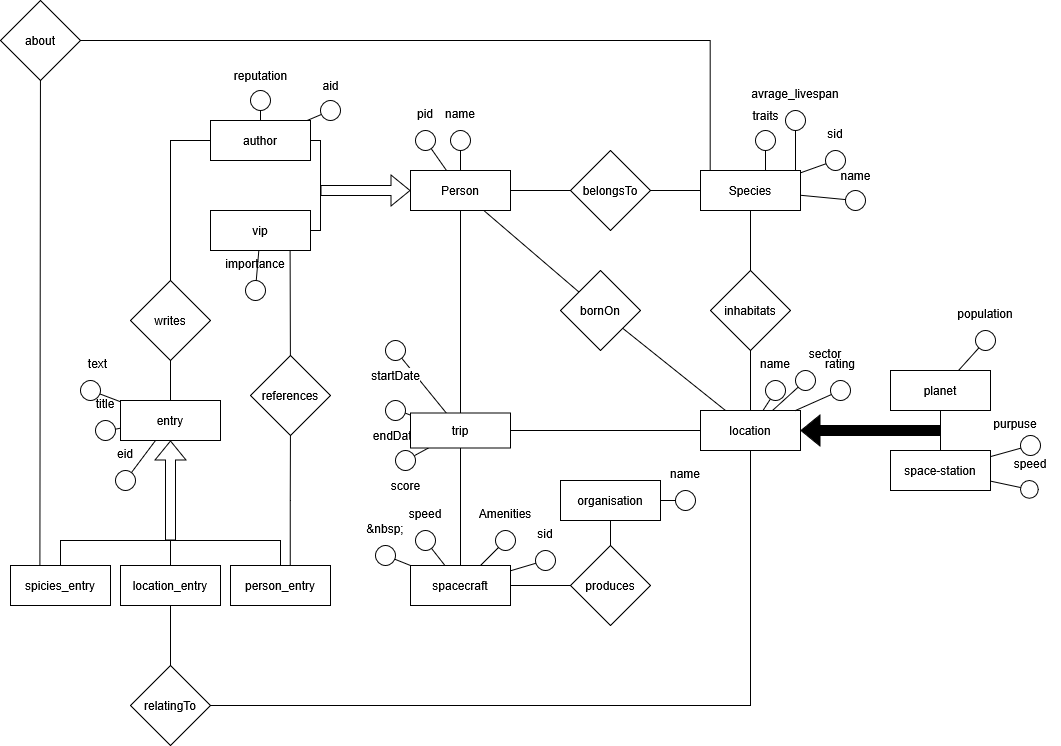
This is hhgttg-diagramm.drawio.png from MassimiIiano/hhgttg-db, a draw.io export, as it was before one commit. Source tidied: cells renumbered, new cells last; positions are measured from the earlier drawing's top-left corner, leaving out a move shared by most shapes.
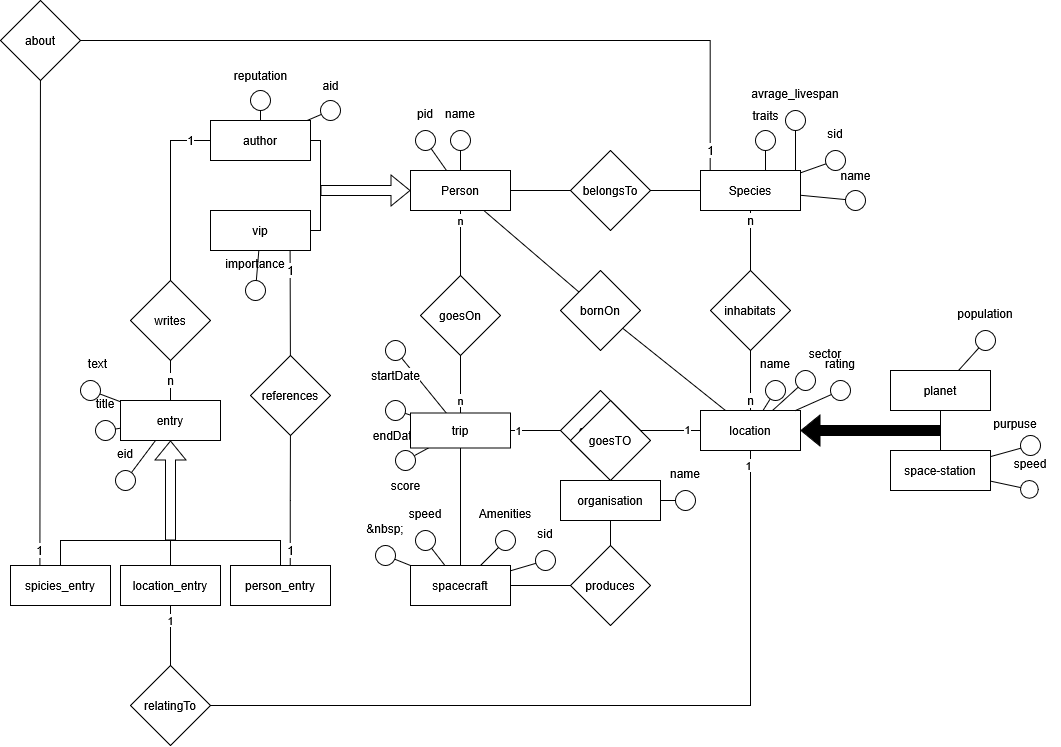
Later version of the same file.

Change to the diagram source:
```diff
@@ -13,14 +13,14 @@
     <mxCell id="4" style="edgeStyle=none;rounded=0;jettySize=auto;html=1;strokeColor=default;align=center;verticalAlign=middle;fontFamily=Helvetica;fontSize=12;fontColor=default;labelBackgroundColor=default;endArrow=none;endFill=0;" parent="1" edge="1" source="6" target="37">
       <mxGeometry relative="1" as="geometry" />
     </mxCell>
-    <mxCell id="5" style="edgeStyle=orthogonalEdgeStyle;rounded=0;jettySize=auto;html=1;endArrow=none;endFill=0;" parent="1" edge="1" source="6" target="134">
-      <mxGeometry relative="1" as="geometry" />
+    <mxCell id="5" value="n" style="edgeStyle=orthogonalEdgeStyle;rounded=0;jettySize=auto;html=1;endArrow=none;endFill=0;entryX=0.5;entryY=0;entryDx=0;entryDy=0;" parent="1" edge="1" source="6" target="139">
+      <mxGeometry x="-0.69" relative="1" as="geometry" />
     </mxCell>
     <mxCell id="6" value="Person" style="whiteSpace=wrap;html=1;align=center;rounded=0;strokeColor=default;verticalAlign=middle;fontFamily=Helvetica;fontSize=12;fontColor=default;fillColor=default;" parent="1" vertex="1">
       <mxGeometry x="410" y="170" width="100" height="40" as="geometry" />
     </mxCell>
-    <mxCell id="7" style="edgeStyle=orthogonalEdgeStyle;rounded=0;jettySize=auto;html=1;fontFamily=Helvetica;fontSize=12;fontColor=default;endArrow=none;endFill=0;" parent="1" edge="1" source="8" target="13">
-      <mxGeometry relative="1" as="geometry" />
+    <mxCell id="7" value="n" style="edgeStyle=orthogonalEdgeStyle;rounded=0;jettySize=auto;html=1;fontFamily=Helvetica;fontSize=12;fontColor=default;endArrow=none;endFill=0;" parent="1" edge="1" source="8" target="13">
+      <mxGeometry x="-0.67" relative="1" as="geometry" />
     </mxCell>
     <mxCell id="8" value="Species" style="whiteSpace=wrap;html=1;align=center;rounded=0;strokeColor=default;verticalAlign=middle;fontFamily=Helvetica;fontSize=12;fontColor=default;fillColor=default;" parent="1" vertex="1">
       <mxGeometry x="700" y="170" width="100" height="40" as="geometry" />
@@ -34,8 +34,8 @@
     <mxCell id="11" value="location" style="whiteSpace=wrap;html=1;align=center;rounded=0;strokeColor=default;verticalAlign=middle;fontFamily=Helvetica;fontSize=12;fontColor=default;fillColor=default;" parent="1" vertex="1">
       <mxGeometry x="700" y="410" width="100" height="40" as="geometry" />
     </mxCell>
-    <mxCell id="12" style="edgeStyle=orthogonalEdgeStyle;rounded=0;jettySize=auto;html=1;fontFamily=Helvetica;fontSize=12;fontColor=default;endArrow=none;endFill=0;" parent="1" edge="1" source="13" target="11">
-      <mxGeometry relative="1" as="geometry" />
+    <mxCell id="12" value="n" style="edgeStyle=orthogonalEdgeStyle;rounded=0;jettySize=auto;html=1;fontFamily=Helvetica;fontSize=12;fontColor=default;endArrow=none;endFill=0;" parent="1" edge="1" source="13" target="11">
+      <mxGeometry x="0.67" relative="1" as="geometry" />
     </mxCell>
     <mxCell id="13" value="inhabitats" style="rhombus;whiteSpace=wrap;html=1;rounded=0;" parent="1" vertex="1">
       <mxGeometry x="710" y="270" width="80" height="80" as="geometry" />
@@ -119,8 +119,8 @@
     <mxCell id="37" value="bornOn" style="rhombus;whiteSpace=wrap;html=1;rounded=0;" parent="1" vertex="1">
       <mxGeometry x="560" y="270" width="80" height="80" as="geometry" />
     </mxCell>
-    <mxCell id="38" style="edgeStyle=orthogonalEdgeStyle;rounded=0;jettySize=auto;html=1;strokeColor=default;align=center;verticalAlign=middle;fontFamily=Helvetica;fontSize=12;fontColor=default;labelBackgroundColor=default;endArrow=none;endFill=0;exitX=0;exitY=0.5;exitDx=0;exitDy=0;" parent="1" edge="1" source="39" target="59">
-      <mxGeometry relative="1" as="geometry" />
+    <mxCell id="38" value="1" style="edgeStyle=orthogonalEdgeStyle;rounded=0;jettySize=auto;html=1;strokeColor=default;align=center;verticalAlign=middle;fontFamily=Helvetica;fontSize=12;fontColor=default;labelBackgroundColor=default;endArrow=none;endFill=0;exitX=0;exitY=0.5;exitDx=0;exitDy=0;" parent="1" edge="1" source="39" target="59">
+      <mxGeometry x="-0.78" relative="1" as="geometry" />
     </mxCell>
     <mxCell id="39" value="author" style="whiteSpace=wrap;html=1;align=center;rounded=0;strokeColor=default;verticalAlign=middle;fontFamily=Helvetica;fontSize=12;fontColor=default;fillColor=default;" parent="1" vertex="1">
       <mxGeometry x="210" y="120" width="100" height="40" as="geometry" />
@@ -162,9 +162,12 @@
     <mxCell id="49" value="spacecraft" style="whiteSpace=wrap;html=1;align=center;rounded=0;strokeColor=default;verticalAlign=middle;fontFamily=Helvetica;fontSize=12;fontColor=default;fillColor=default;" parent="1" vertex="1">
       <mxGeometry x="410" y="565" width="100" height="40" as="geometry" />
     </mxCell>
-    <mxCell id="50" style="edgeStyle=orthogonalEdgeStyle;rounded=0;jettySize=auto;html=1;endArrow=none;endFill=0;" parent="1" edge="1" source="134" target="11">
+    <mxCell id="50" style="edgeStyle=orthogonalEdgeStyle;rounded=0;jettySize=auto;html=1;endArrow=none;endFill=0;" parent="1" edge="1" source="134" target="142">
       <mxGeometry relative="1" as="geometry" />
     </mxCell>
+    <mxCell id="135" value="1" style="edgeLabel;html=1;align=center;verticalAlign=middle;" parent="50" vertex="1">
+      <mxGeometry x="-0.7" relative="1" as="geometry" />
+    </mxCell>
     <mxCell id="51" style="edgeStyle=none;rounded=0;jettySize=auto;html=1;strokeColor=default;align=center;verticalAlign=middle;fontFamily=Helvetica;fontSize=12;fontColor=default;labelBackgroundColor=default;endArrow=none;endFill=0;" parent="1" edge="1" source="128" target="134">
       <mxGeometry relative="1" as="geometry" />
     </mxCell>
@@ -186,7 +189,7 @@
     <mxCell id="57" style="edgeStyle=none;rounded=0;jettySize=auto;html=1;strokeColor=default;align=center;verticalAlign=middle;fontFamily=Helvetica;fontSize=12;fontColor=default;labelBackgroundColor=default;endArrow=none;endFill=0;" parent="1" edge="1" source="56" target="6">
       <mxGeometry relative="1" as="geometry" />
     </mxCell>
-    <mxCell id="58" style="edgeStyle=none;rounded=0;jettySize=auto;html=1;strokeColor=default;align=center;verticalAlign=middle;fontFamily=Helvetica;fontSize=12;fontColor=default;labelBackgroundColor=default;endArrow=none;endFill=0;" parent="1" edge="1" source="59" target="61">
+    <mxCell id="58" value="n" style="edgeStyle=none;rounded=0;jettySize=auto;html=1;strokeColor=default;align=center;verticalAlign=middle;fontFamily=Helvetica;fontSize=12;fontColor=default;labelBackgroundColor=default;endArrow=none;endFill=0;" parent="1" edge="1" source="59" target="61">
       <mxGeometry relative="1" as="geometry" />
     </mxCell>
     <mxCell id="59" value="writes" style="rhombus;whiteSpace=wrap;html=1;rounded=0;" parent="1" vertex="1">
@@ -209,8 +212,8 @@
     <mxCell id="64" style="ellipse;whiteSpace=wrap;html=1;rounded=0;strokeColor=default;align=center;verticalAlign=middle;fontFamily=Helvetica;fontSize=12;fontColor=default;labelBackgroundColor=default;fillColor=default;" parent="63" vertex="1">
       <mxGeometry x="15" y="30" width="20" height="20" as="geometry" />
     </mxCell>
-    <mxCell id="65" style="edgeStyle=none;rounded=0;jettySize=auto;html=1;strokeColor=default;align=center;verticalAlign=middle;fontFamily=Helvetica;fontSize=12;fontColor=default;labelBackgroundColor=default;endArrow=none;endFill=0;exitX=0.294;exitY=0.022;exitDx=0;exitDy=0;exitPerimeter=0;" parent="1" edge="1" source="66" target="89">
-      <mxGeometry relative="1" as="geometry" />
+    <mxCell id="65" value="1" style="edgeStyle=none;rounded=0;jettySize=auto;html=1;strokeColor=default;align=center;verticalAlign=middle;fontFamily=Helvetica;fontSize=12;fontColor=default;labelBackgroundColor=default;endArrow=none;endFill=0;exitX=0.294;exitY=0.022;exitDx=0;exitDy=0;exitPerimeter=0;" parent="1" edge="1" source="66" target="89">
+      <mxGeometry x="-0.93" relative="1" as="geometry" />
     </mxCell>
     <mxCell id="66" value="spicies_entry" style="whiteSpace=wrap;html=1;align=center;rounded=0;strokeColor=default;verticalAlign=middle;fontFamily=Helvetica;fontSize=12;fontColor=default;fillColor=default;" parent="1" vertex="1">
       <mxGeometry x="10" y="565" width="100" height="40" as="geometry" />
@@ -218,6 +221,9 @@
     <mxCell id="67" style="edgeStyle=none;rounded=0;jettySize=auto;html=1;strokeColor=default;align=center;verticalAlign=middle;fontFamily=Helvetica;fontSize=12;fontColor=default;labelBackgroundColor=default;endArrow=none;endFill=0;" parent="1" edge="1" source="69" target="87">
       <mxGeometry relative="1" as="geometry" />
     </mxCell>
+    <mxCell id="136" value="1" style="edgeLabel;html=1;align=center;verticalAlign=middle;" parent="67" vertex="1">
+      <mxGeometry x="-0.5" relative="1" as="geometry" />
+    </mxCell>
     <mxCell id="68" style="edgeStyle=orthogonalEdgeStyle;rounded=0;jettySize=auto;html=1;endArrow=none;startFill=0;" parent="1" edge="1" source="69">
       <mxGeometry relative="1" as="geometry">
         <mxPoint x="170" y="540" as="targetPoint" />
@@ -226,8 +232,8 @@
     <mxCell id="69" value="location_entry" style="whiteSpace=wrap;html=1;align=center;rounded=0;strokeColor=default;verticalAlign=middle;fontFamily=Helvetica;fontSize=12;fontColor=default;fillColor=default;" parent="1" vertex="1">
       <mxGeometry x="120" y="565" width="100" height="40" as="geometry" />
     </mxCell>
-    <mxCell id="70" style="edgeStyle=orthogonalEdgeStyle;rounded=0;jettySize=auto;html=1;strokeColor=default;align=center;verticalAlign=middle;fontFamily=Helvetica;fontSize=12;fontColor=default;labelBackgroundColor=default;endArrow=none;endFill=0;exitX=0.598;exitY=0.015;exitDx=0;exitDy=0;exitPerimeter=0;" parent="1" edge="1" source="71" target="85">
-      <mxGeometry relative="1" as="geometry" />
+    <mxCell id="70" value="1" style="edgeStyle=orthogonalEdgeStyle;rounded=0;jettySize=auto;html=1;strokeColor=default;align=center;verticalAlign=middle;fontFamily=Helvetica;fontSize=12;fontColor=default;labelBackgroundColor=default;endArrow=none;endFill=0;exitX=0.598;exitY=0.015;exitDx=0;exitDy=0;exitPerimeter=0;" parent="1" edge="1" source="71" target="85">
+      <mxGeometry x="-0.76" relative="1" as="geometry" />
     </mxCell>
     <mxCell id="71" value="person_entry" style="whiteSpace=wrap;html=1;align=center;rounded=0;strokeColor=default;verticalAlign=middle;fontFamily=Helvetica;fontSize=12;fontColor=default;fillColor=default;" parent="1" vertex="1">
       <mxGeometry x="230" y="565" width="100" height="40" as="geometry" />
@@ -273,8 +279,8 @@
     <mxCell id="83" style="edgeStyle=none;rounded=0;jettySize=auto;html=1;strokeColor=default;align=center;verticalAlign=middle;fontFamily=Helvetica;fontSize=12;fontColor=default;labelBackgroundColor=default;endArrow=none;endFill=0;" parent="1" edge="1" source="82" target="42">
       <mxGeometry relative="1" as="geometry" />
     </mxCell>
-    <mxCell id="84" style="edgeStyle=none;rounded=0;jettySize=auto;html=1;strokeColor=default;align=center;verticalAlign=middle;fontFamily=Helvetica;fontSize=12;fontColor=default;labelBackgroundColor=default;endArrow=none;endFill=0;entryX=0.796;entryY=1.012;entryDx=0;entryDy=0;entryPerimeter=0;" parent="1" edge="1" source="85" target="42">
-      <mxGeometry relative="1" as="geometry" />
+    <mxCell id="84" value="1" style="edgeStyle=none;rounded=0;jettySize=auto;html=1;strokeColor=default;align=center;verticalAlign=middle;fontFamily=Helvetica;fontSize=12;fontColor=default;labelBackgroundColor=default;endArrow=none;endFill=0;entryX=0.796;entryY=1.012;entryDx=0;entryDy=0;entryPerimeter=0;" parent="1" edge="1" source="85" target="42">
+      <mxGeometry x="0.63" relative="1" as="geometry" />
     </mxCell>
     <mxCell id="85" value="references" style="rhombus;whiteSpace=wrap;html=1;rounded=0;" parent="1" vertex="1">
       <mxGeometry x="250" y="355" width="80" height="80" as="geometry" />
@@ -282,11 +288,14 @@
     <mxCell id="86" style="edgeStyle=orthogonalEdgeStyle;rounded=0;jettySize=auto;html=1;strokeColor=default;align=center;verticalAlign=middle;fontFamily=Helvetica;fontSize=12;fontColor=default;labelBackgroundColor=default;endArrow=none;endFill=0;" parent="1" edge="1" source="87" target="11">
       <mxGeometry relative="1" as="geometry" />
     </mxCell>
+    <mxCell id="137" value="&lt;div&gt;1&lt;/div&gt;" style="edgeLabel;html=1;align=center;verticalAlign=middle;" parent="86" vertex="1">
+      <mxGeometry x="0.96" y="2" relative="1" as="geometry" />
+    </mxCell>
     <mxCell id="87" value="relatingTo" style="rhombus;whiteSpace=wrap;html=1;rounded=0;" parent="1" vertex="1">
       <mxGeometry x="130" y="665" width="80" height="80" as="geometry" />
     </mxCell>
-    <mxCell id="88" style="edgeStyle=orthogonalEdgeStyle;rounded=0;jettySize=auto;html=1;strokeColor=default;align=center;verticalAlign=middle;fontFamily=Helvetica;fontSize=12;fontColor=default;labelBackgroundColor=default;endArrow=none;endFill=0;entryX=0.097;entryY=-0.001;entryDx=0;entryDy=0;entryPerimeter=0;" parent="1" edge="1" source="89" target="8">
-      <mxGeometry relative="1" as="geometry" />
+    <mxCell id="88" value="1" style="edgeStyle=orthogonalEdgeStyle;rounded=0;jettySize=auto;html=1;strokeColor=default;align=center;verticalAlign=middle;fontFamily=Helvetica;fontSize=12;fontColor=default;labelBackgroundColor=default;endArrow=none;endFill=0;entryX=0.097;entryY=-0.001;entryDx=0;entryDy=0;entryPerimeter=0;" parent="1" edge="1" source="89" target="8">
+      <mxGeometry x="0.95" relative="1" as="geometry" />
     </mxCell>
     <mxCell id="89" value="about" style="rhombus;whiteSpace=wrap;html=1;rounded=0;" parent="1" vertex="1">
       <mxGeometry width="80" height="80" as="geometry" />
@@ -428,5 +437,23 @@
     <mxCell id="134" value="trip" style="rounded=0;whiteSpace=wrap;html=1;" parent="1" vertex="1">
       <mxGeometry x="410" y="412.5" width="100" height="35" as="geometry" />
     </mxCell>
+    <mxCell id="138" value="n" style="edgeStyle=orthogonalEdgeStyle;rounded=0;jettySize=auto;html=1;entryX=0.5;entryY=0;entryDx=0;entryDy=0;endArrow=none;endFill=1;startFill=0;" parent="1" edge="1" source="139" target="134">
+      <mxGeometry x="0.57" relative="1" as="geometry" />
+    </mxCell>
+    <mxCell id="139" value="goesOn" style="rhombus;whiteSpace=wrap;html=1;rounded=0;" parent="1" vertex="1">
+      <mxGeometry x="420" y="275" width="80" height="80" as="geometry" />
+    </mxCell>
+    <mxCell id="140" style="edgeStyle=orthogonalEdgeStyle;rounded=0;jettySize=auto;html=1;endArrow=none;startFill=0;" parent="1" edge="1" source="142" target="11">
+      <mxGeometry relative="1" as="geometry" />
+    </mxCell>
+    <mxCell id="141" value="1" style="edgeLabel;html=1;align=center;verticalAlign=middle;" parent="140" vertex="1">
+      <mxGeometry x="0.57" y="1" relative="1" as="geometry" />
+    </mxCell>
+    <mxCell id="142" value="goesTO" style="rhombus;whiteSpace=wrap;html=1;rounded=0;" parent="1" vertex="1">
+      <mxGeometry x="560" y="390" width="80" height="80" as="geometry" />
+    </mxCell>
+    <mxCell id="143" value="goesTO" style="rhombus;whiteSpace=wrap;html=1;rounded=0;" parent="1" vertex="1">
+      <mxGeometry x="570" y="400" width="80" height="80" as="geometry" />
+    </mxCell>
   </root>
 </mxGraphModel>
```
